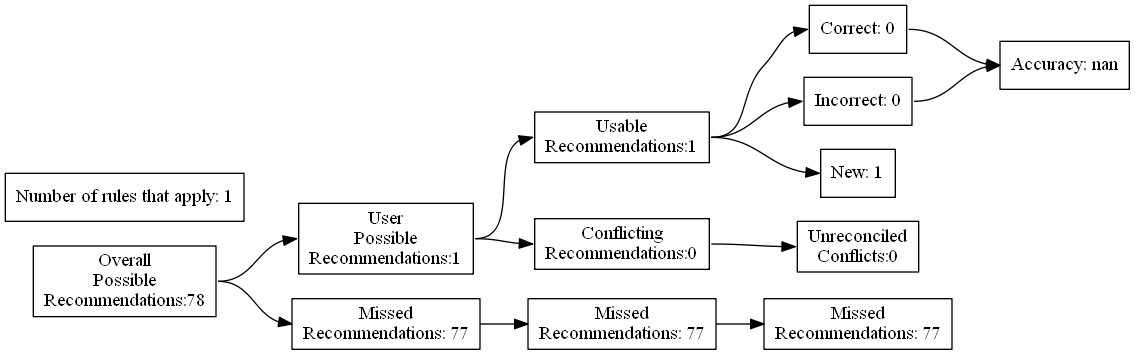
Above: test_renders/51.gv.png in ZaxR/ibd_diet_analysis (Graphviz), before the change. Its source is kept beside it as test_renders/51.gv.
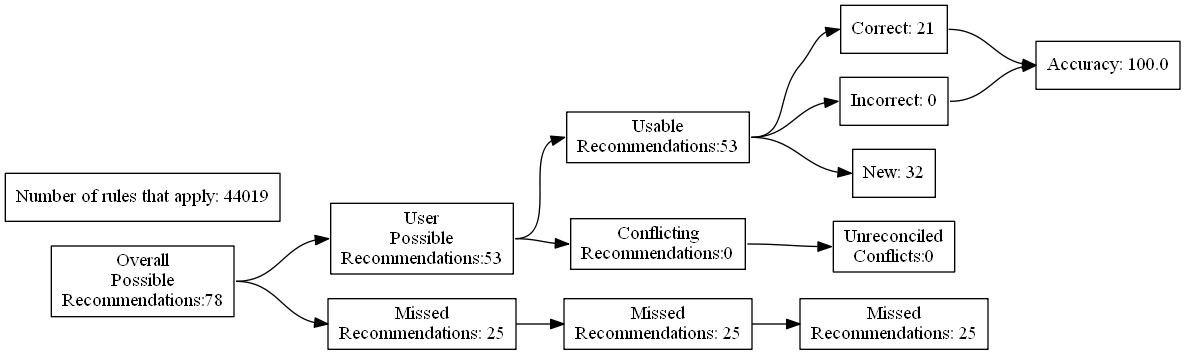
After the commit.

Diff of the diagram source:
```diff
@@ -7,24 +7,24 @@
 Recommendations:78"]
 		B [label="User
 Possible
-Recommendations:1"]
+Recommendations:53"]
 		C [label="Missed
-Recommendations: 77"]
+Recommendations: 25"]
 		D [label="Usable
-Recommendations:1"]
+Recommendations:53"]
 		E [label="Conflicting
 Recommendations:0"]
 		J [label="Missed
-Recommendations: 77"]
+Recommendations: 25"]
 		M [label="Unreconciled
 Conflicts:0"]
-		F [label="Correct: 0"]
+		F [label="Correct: 21"]
 		G [label="Incorrect: 0"]
-		H [label="New: 1"]
+		H [label="New: 32"]
 		K [label="Missed
-Recommendations: 77"]
-		I [label="Accuracy: nan"]
-		l [label="Number of rules that apply: 1"]
+Recommendations: 25"]
+		I [label="Accuracy: 100.0"]
+		l [label="Number of rules that apply: 44019"]
 			A -> B
 			A -> C
 			B -> D
```
